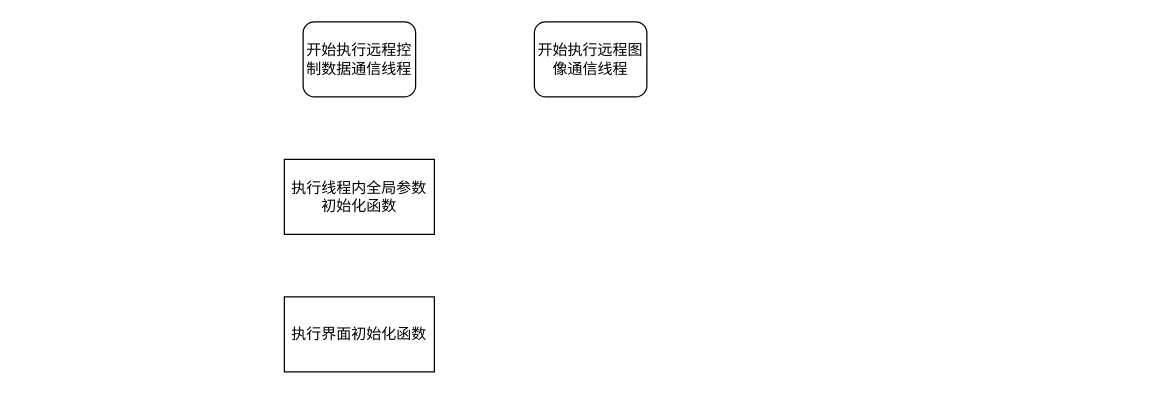
shijianhaikey/Drawio keeps this draw.io diagram as 王逸琪第五章/未命名绘图.drawio. Above is the earlier version. Source tidied: cells renumbered, new cells numbered last; positions are measured from the earlier drawing's top-left corner, leaving out a move shared by most shapes. Both pictures are drawn from the tidied source at 125%, with x=0, y=0 at pixel (284, 21).
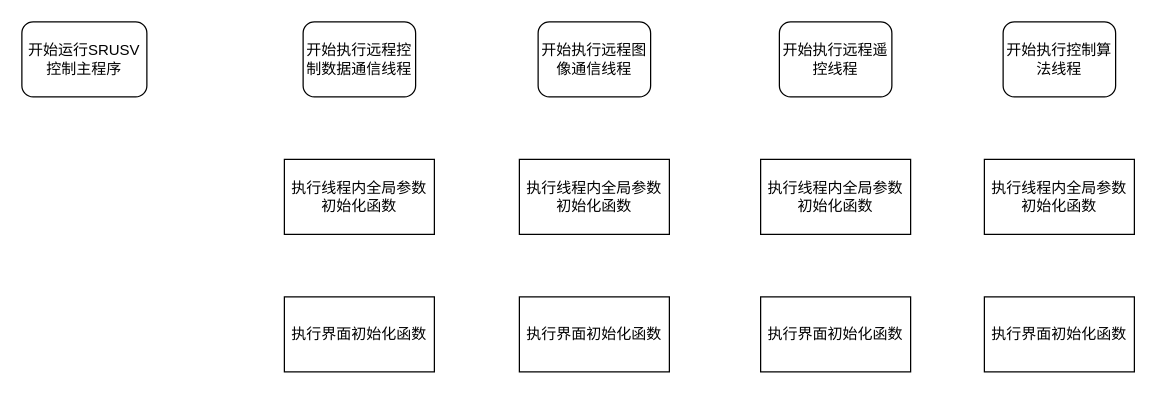
After the change.

Commit message (it also covers changes not shown here):
更新未命名绘图.drawio

Change to the diagram source:
```diff
@@
 <mxGraphModel>
   <root>
     <mxCell id="0" />
     <mxCell id="1" parent="0" />
     <mxCell id="2" value="开始执行远程控制数据通信线程" style="rounded=1;whiteSpace=wrap;html=1;" parent="1" vertex="1">
       <mxGeometry x="15" width="90" height="60" as="geometry" />
     </mxCell>
     <mxCell id="3" value="执行线程内全局参数初始化函数" style="rounded=0;whiteSpace=wrap;html=1;" parent="1" vertex="1">
       <mxGeometry y="110" width="120" height="60" as="geometry" />
     </mxCell>
     <mxCell id="4" value="执行界面初始化函数" style="rounded=0;whiteSpace=wrap;html=1;" parent="1" vertex="1">
       <mxGeometry y="220" width="120" height="60" as="geometry" />
     </mxCell>
     <mxCell id="5" value="开始执行远程图像通信线程" style="rounded=1;whiteSpace=wrap;html=1;" parent="1" vertex="1">
-      <mxGeometry x="200" width="90" height="60" as="geometry" />
+      <mxGeometry x="203" width="90" height="60" as="geometry" />
     </mxCell>
+    <mxCell id="6" value="执行线程内全局参数初始化函数" style="rounded=0;whiteSpace=wrap;html=1;" parent="1" vertex="1">
+      <mxGeometry x="188" y="110" width="120" height="60" as="geometry" />
+    </mxCell>
+    <mxCell id="7" value="执行界面初始化函数" style="rounded=0;whiteSpace=wrap;html=1;" parent="1" vertex="1">
+      <mxGeometry x="188" y="220" width="120" height="60" as="geometry" />
+    </mxCell>
+    <mxCell id="8" value="开始执行远程遥控线程" style="rounded=1;whiteSpace=wrap;html=1;" parent="1" vertex="1">
+      <mxGeometry x="396" width="90" height="60" as="geometry" />
+    </mxCell>
+    <mxCell id="9" value="执行线程内全局参数初始化函数" style="rounded=0;whiteSpace=wrap;html=1;" parent="1" vertex="1">
+      <mxGeometry x="381" y="110" width="120" height="60" as="geometry" />
+    </mxCell>
+    <mxCell id="10" value="执行界面初始化函数" style="rounded=0;whiteSpace=wrap;html=1;" parent="1" vertex="1">
+      <mxGeometry x="381" y="220" width="120" height="60" as="geometry" />
+    </mxCell>
+    <mxCell id="11" value="开始执行控制算法线程" style="rounded=1;whiteSpace=wrap;html=1;" parent="1" vertex="1">
+      <mxGeometry x="575" width="90" height="60" as="geometry" />
+    </mxCell>
+    <mxCell id="12" value="执行线程内全局参数初始化函数" style="rounded=0;whiteSpace=wrap;html=1;" parent="1" vertex="1">
+      <mxGeometry x="560" y="110" width="120" height="60" as="geometry" />
+    </mxCell>
+    <mxCell id="13" value="执行界面初始化函数" style="rounded=0;whiteSpace=wrap;html=1;" parent="1" vertex="1">
+      <mxGeometry x="560" y="220" width="120" height="60" as="geometry" />
+    </mxCell>
+    <mxCell id="14" value="开始运行SRUSV控制主程序" style="rounded=1;whiteSpace=wrap;html=1;" parent="1" vertex="1">
+      <mxGeometry x="-210" width="100" height="60" as="geometry" />
+    </mxCell>
   </root>
 </mxGraphModel>
```
